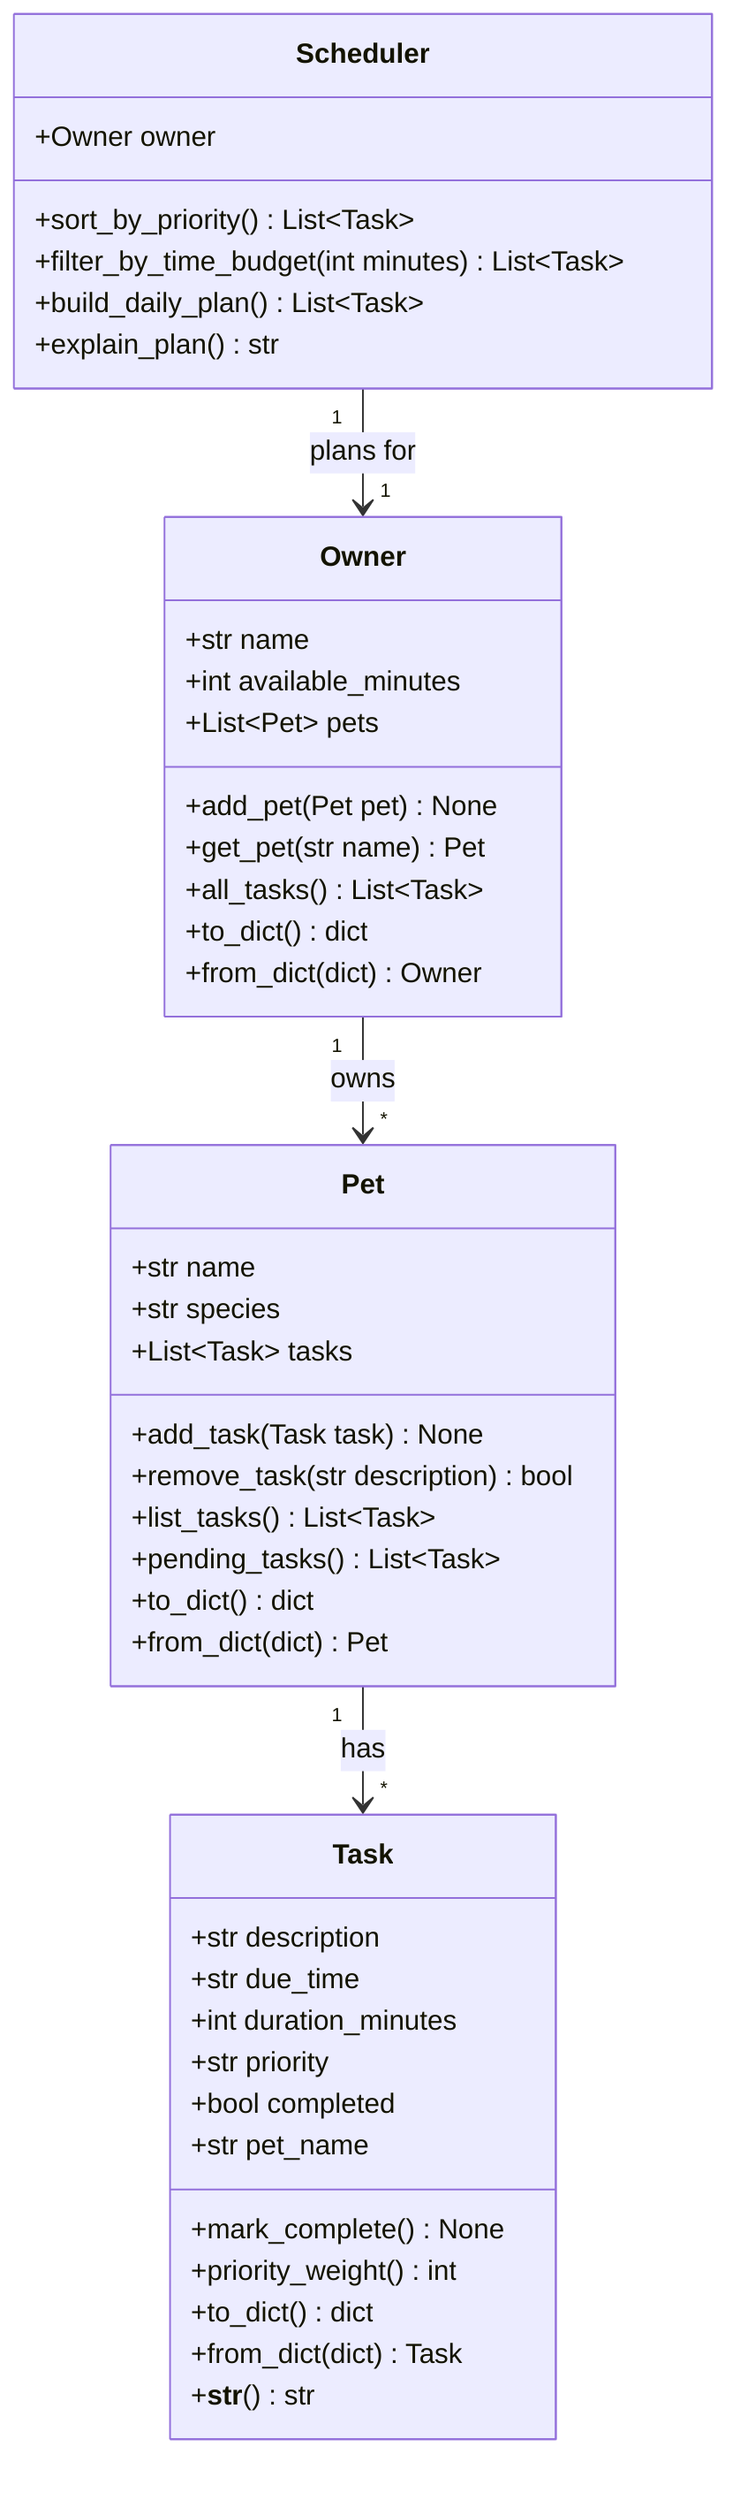
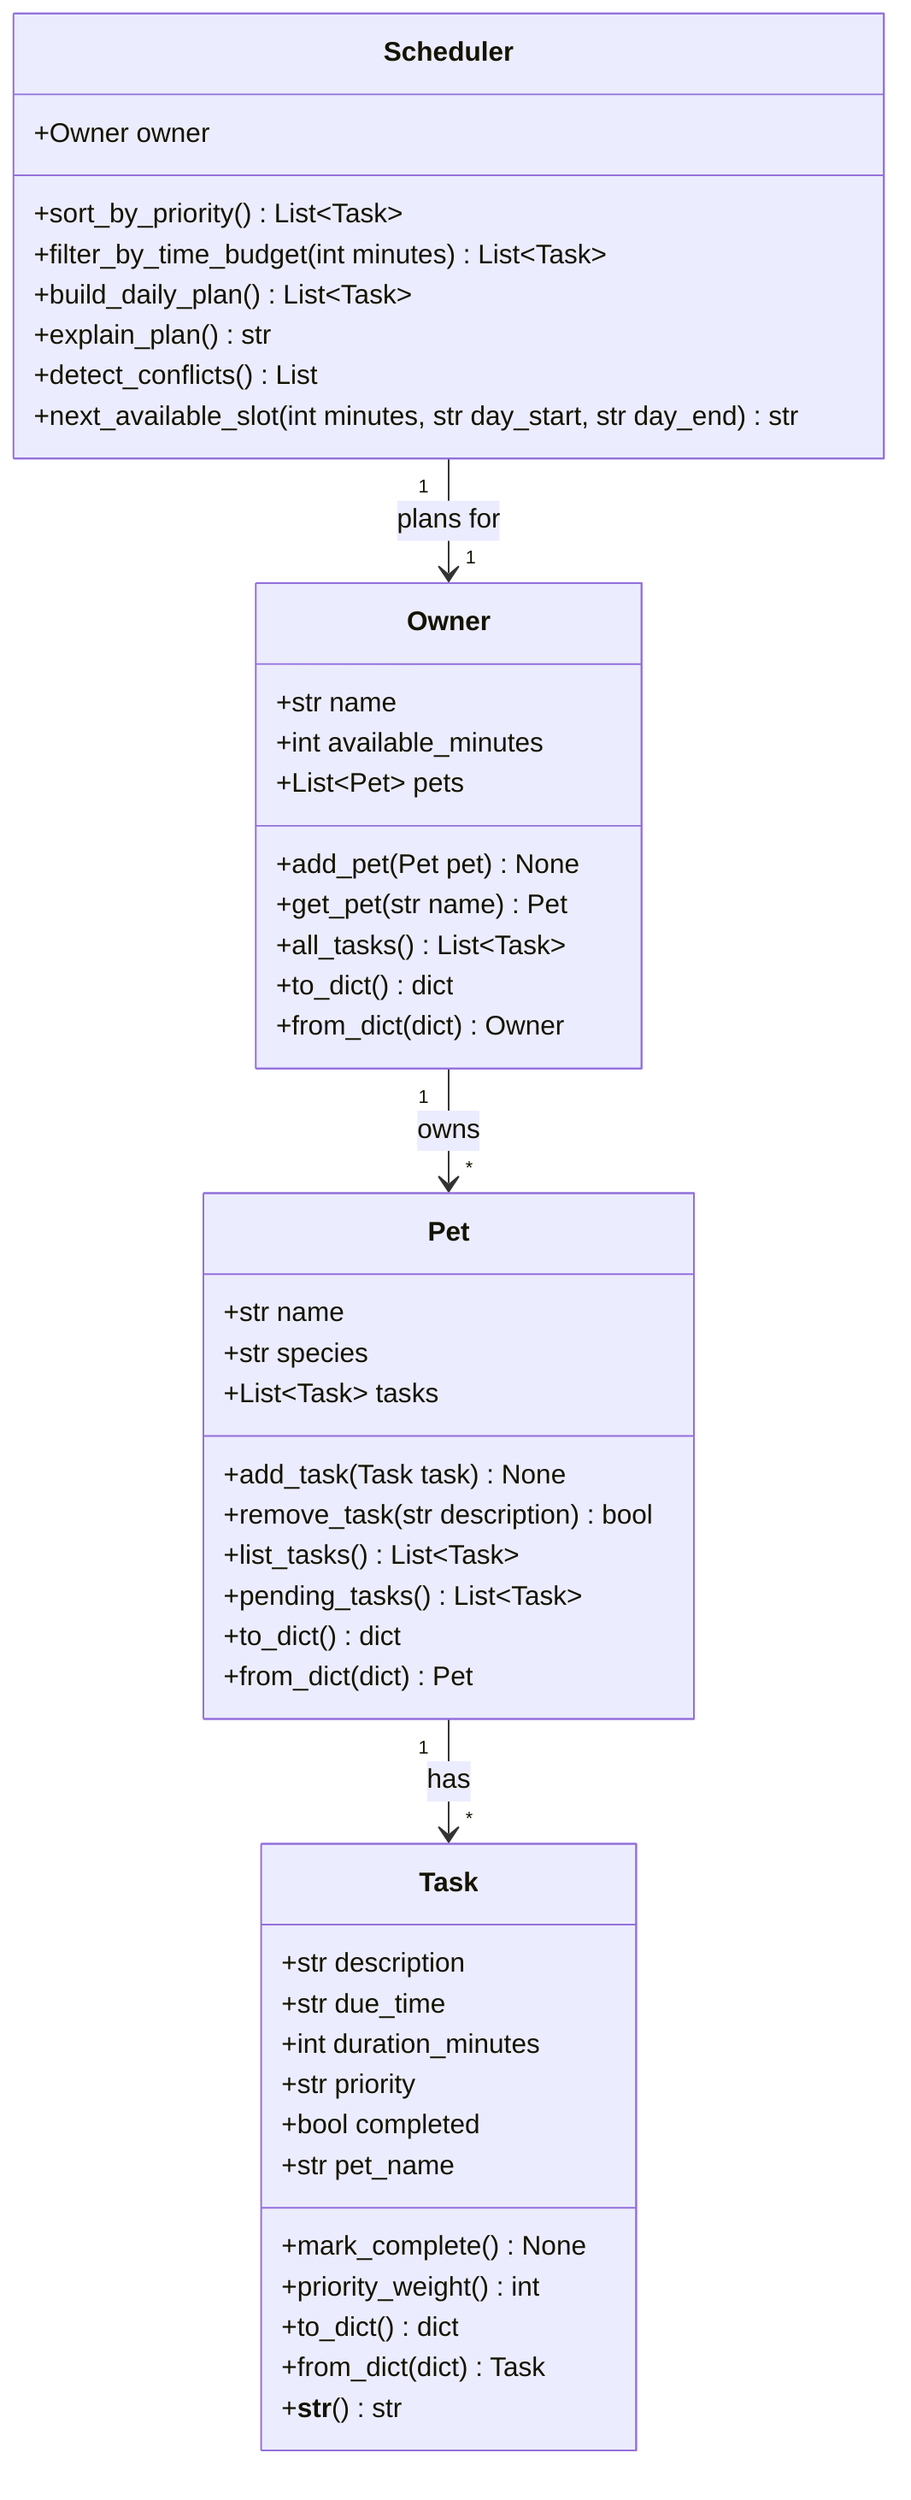
classDiagram
    %% PawPal+ core OOP design.
    %% This diagram is kept in sync with pawpal_system.py.
    %% Module-level JSON helpers: save_owner(owner, path) and load_owner(path) -> Owner.

    class Task {
        +str description
        +str due_time
        +int duration_minutes
        +str priority
        +bool completed
        +str pet_name
        +mark_complete() None
        +priority_weight() int
        +to_dict() dict
        +from_dict(dict) Task
        +__str__() str
    }

    class Pet {
        +str name
        +str species
        +List~Task~ tasks
        +add_task(Task task) None
        +remove_task(str description) bool
        +list_tasks() List~Task~
        +pending_tasks() List~Task~
        +to_dict() dict
        +from_dict(dict) Pet
    }

    class Owner {
        +str name
        +int available_minutes
        +List~Pet~ pets
        +add_pet(Pet pet) None
        +get_pet(str name) Pet
        +all_tasks() List~Task~
        +to_dict() dict
        +from_dict(dict) Owner
    }

    class Scheduler {
        +Owner owner
        +sort_by_priority() List~Task~
        +filter_by_time_budget(int minutes) List~Task~
        +build_daily_plan() List~Task~
        +explain_plan() str
+         +detect_conflicts() List
+         +next_available_slot(int minutes, str day_start, str day_end) str
    }

    Owner "1" --> "*" Pet : owns
    Pet "1" --> "*" Task : has
    Scheduler "1" --> "1" Owner : plans for
